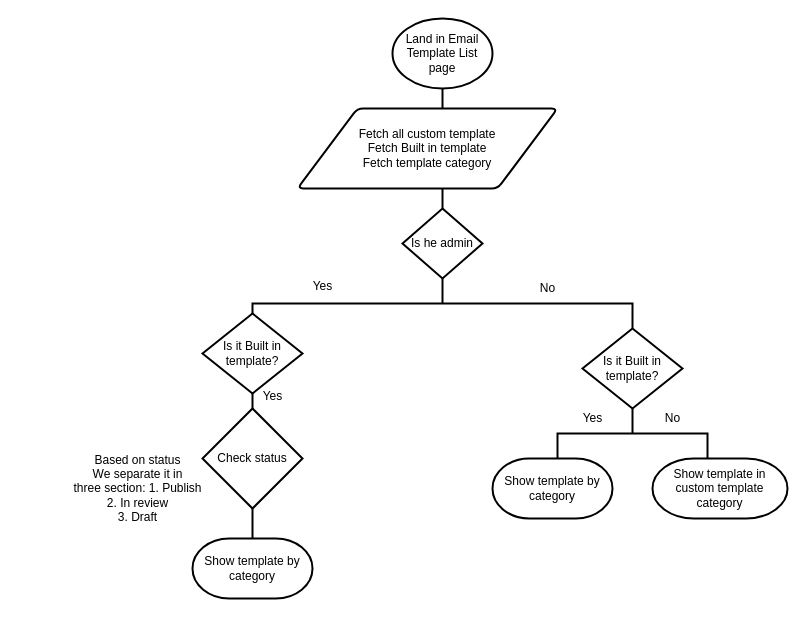
Before: page "Page-1" (1 of 5) of Untitled Diagram.drawio in YakinRubaiat/yakinrubaiat.github.io4, a draw.io diagram. Source tidied: cells renumbered, new cells numbered last; positions are measured from the earlier drawing's top-left corner, leaving out a move shared by most shapes. Both pictures are drawn from the tidied source at 100%, with x=0, y=0 at pixel (62, 18).
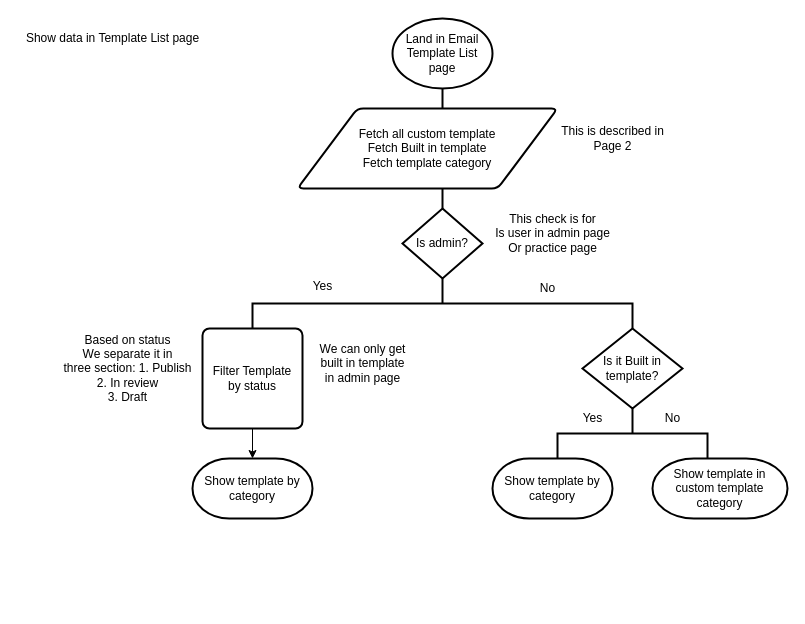
After the change.

Diff of the diagram source:
```diff
@@
-    <mxCell id="5" value="&lt;div&gt;Is he admin&lt;/div&gt;" style="strokeWidth=2;html=1;shape=mxgraph.flowchart.decision;whiteSpace=wrap;" parent="1" vertex="1">
+    <mxCell id="5" value="&lt;div&gt;Is admin?&lt;/div&gt;" style="strokeWidth=2;html=1;shape=mxgraph.flowchart.decision;whiteSpace=wrap;" parent="1" vertex="1">
       <mxGeometry x="340" y="190" width="80" height="70" as="geometry" />
     </mxCell>
@@
-    <mxCell id="8" value="Is it Built in template?" style="strokeWidth=2;html=1;shape=mxgraph.flowchart.decision;whiteSpace=wrap;" parent="1" vertex="1">
-      <mxGeometry x="140" y="295" width="100" height="80" as="geometry" />
-    </mxCell>
-    <mxCell id="9" style="line;strokeWidth=2;direction=south;html=1;" parent="1" vertex="1">
-      <mxGeometry x="97.5" y="375" width="185" height="20" as="geometry" />
-    </mxCell>
@@
-    <mxCell id="12" value="Check status " style="strokeWidth=2;html=1;shape=mxgraph.flowchart.decision;whiteSpace=wrap;" parent="1" vertex="1">
-      <mxGeometry x="140" y="390" width="100" height="100" as="geometry" />
-    </mxCell>
     <mxCell id="13" value="Based on status&lt;br&gt;We separate it in &lt;br&gt;three section: 1. Publish&lt;br&gt;2. In review&lt;br&gt;3. Draft " style="text;html=1;align=center;verticalAlign=middle;" parent="1" vertex="1">
-      <mxGeometry y="430" width="150" height="80" as="geometry" />
+      <mxGeometry x="-10" y="310" width="150" height="80" as="geometry" />
     </mxCell>
     <mxCell id="14" value="Show template by category" style="strokeWidth=2;html=1;shape=mxgraph.flowchart.terminator;whiteSpace=wrap;" parent="1" vertex="1">
-      <mxGeometry x="130" y="520" width="120" height="60" as="geometry" />
+      <mxGeometry x="130" y="440" width="120" height="60" as="geometry" />
     </mxCell>
-    <mxCell id="15" style="line;strokeWidth=2;direction=south;html=1;" parent="1" vertex="1">
-      <mxGeometry x="185" y="490" width="10" height="30" as="geometry" />
-    </mxCell>
@@
-    <mxCell id="18" value="&lt;div&gt;Yes&lt;/div&gt;&lt;div&gt;&lt;br&gt;&lt;/div&gt;" style="text;html=1;align=center;verticalAlign=middle;" parent="1" vertex="1">
-      <mxGeometry x="190" y="370" width="40" height="30" as="geometry" />
-    </mxCell>
@@
+    <mxCell id="24" value="Show data in Template List page" style="text;html=1;align=center;verticalAlign=middle;" parent="1" vertex="1">
+      <mxGeometry x="-45" y="10" width="190" height="20" as="geometry" />
+    </mxCell>
+    <mxCell id="25" value="This is described in &lt;br&gt;Page 2" style="text;html=1;align=center;verticalAlign=middle;" parent="1" vertex="1">
+      <mxGeometry x="490" y="105" width="120" height="30" as="geometry" />
+    </mxCell>
+    <mxCell id="26" value="This check is for &lt;br&gt;Is user in admin page&lt;br&gt;Or practice page" style="text;html=1;align=center;verticalAlign=middle;" parent="1" vertex="1">
+      <mxGeometry x="420" y="190" width="140" height="50" as="geometry" />
+    </mxCell>
+    <mxCell id="27" value="We can only get &lt;br&gt;built in template&lt;br&gt;in admin page" style="text;html=1;align=center;verticalAlign=middle;" parent="1" vertex="1">
+      <mxGeometry x="250" y="320" width="100" height="50" as="geometry" />
+    </mxCell>
+    <mxCell id="28" style="edgeStyle=orthogonalEdgeStyle;rounded=0;jettySize=auto;html=1;" parent="1" edge="1" source="29" target="14">
+      <mxGeometry relative="1" as="geometry" />
+    </mxCell>
+    <mxCell id="29" value="Filter Template&lt;br&gt; by status " style="rounded=1;whiteSpace=wrap;html=1;absoluteArcSize=1;arcSize=14;strokeWidth=2;" parent="1" vertex="1">
+      <mxGeometry x="140" y="310" width="100" height="100" as="geometry" />
+    </mxCell>
```
